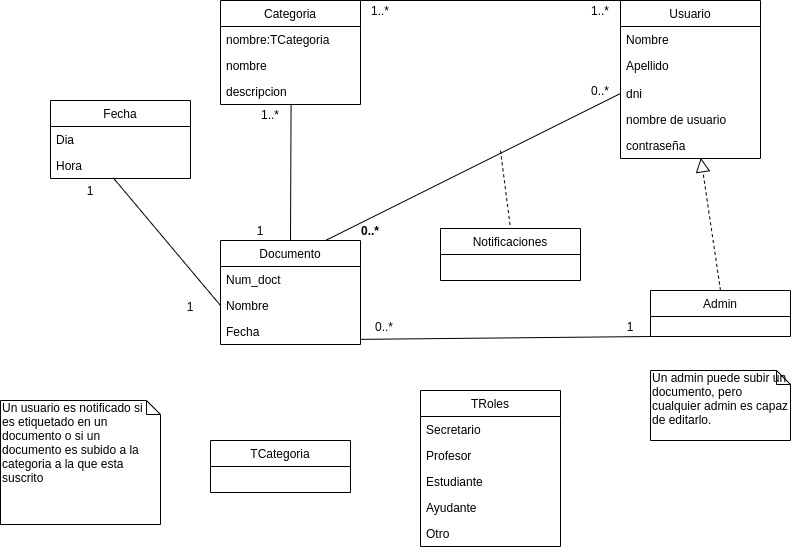
Before: Diagrama_clases.png, a diagram exported from draw.io (se-unrc/notifications). Source tidied: cells renumbered, new cells last; positions are measured from the earlier drawing's top-left corner, leaving out a move shared by most shapes. Source of this version:
```xml
<mxGraphModel>
  <root>
    <mxCell id="0" />
    <mxCell id="1" parent="0" />
    <mxCell id="2" value="Documento" style="swimlane;fontStyle=0;horizontal=1;startSize=26;fillColor=none;" parent="1" vertex="1">
      <mxGeometry x="220" y="240" width="140" height="104" as="geometry" />
    </mxCell>
    <mxCell id="3" value="Num_doct" style="text;strokeColor=none;fillColor=none;align=left;verticalAlign=top;spacingLeft=4;spacingRight=4;overflow=hidden;" parent="2" vertex="1">
      <mxGeometry y="26" width="140" height="26" as="geometry" />
    </mxCell>
    <mxCell id="4" value="Nombre" style="text;strokeColor=none;fillColor=none;align=left;verticalAlign=top;spacingLeft=4;spacingRight=4;overflow=hidden;points=[[0,0.5],[1,0.5]];portConstraint=eastwest;" parent="2" vertex="1">
      <mxGeometry y="52" width="140" height="26" as="geometry" />
    </mxCell>
    <mxCell id="5" value="Fecha" style="text;strokeColor=none;fillColor=none;align=left;verticalAlign=top;spacingLeft=4;spacingRight=4;overflow=hidden;points=[[0,0.5],[1,0.5]];portConstraint=eastwest;" parent="2" vertex="1">
      <mxGeometry y="78" width="140" height="26" as="geometry" />
    </mxCell>
    <mxCell id="6" value="Categoria" style="swimlane;fontStyle=0;horizontal=1;startSize=26;fillColor=none;" parent="1" vertex="1">
      <mxGeometry x="220" width="140" height="104" as="geometry" />
    </mxCell>
    <mxCell id="7" value="nombre:TCategoria" style="text;strokeColor=none;fillColor=none;align=left;verticalAlign=top;spacingLeft=4;spacingRight=4;overflow=hidden;" parent="6" vertex="1">
      <mxGeometry y="26" width="140" height="26" as="geometry" />
    </mxCell>
    <mxCell id="8" value="nombre" style="text;strokeColor=none;fillColor=none;align=left;verticalAlign=top;spacingLeft=4;spacingRight=4;overflow=hidden;" parent="6" vertex="1">
      <mxGeometry y="52" width="140" height="26" as="geometry" />
    </mxCell>
    <mxCell id="9" value="descripcion" style="text;strokeColor=none;fillColor=none;align=left;verticalAlign=top;spacingLeft=4;spacingRight=4;overflow=hidden;" parent="6" vertex="1">
      <mxGeometry y="78" width="140" height="26" as="geometry" />
    </mxCell>
    <mxCell id="10" value="TCategoria" style="swimlane;fontStyle=0;horizontal=1;startSize=26;fillColor=none;" parent="1" vertex="1">
      <mxGeometry x="210" y="440" width="140" height="52" as="geometry" />
    </mxCell>
    <mxCell id="11" style="endArrow=none;html=1;exitX=0.5;exitY=0;exitDx=0;exitDy=0;entryX=0.504;entryY=1.039;entryDx=0;entryDy=0;entryPerimeter=0;" parent="1" edge="1" source="2">
      <mxGeometry relative="1" as="geometry">
        <mxPoint x="290.6" y="105" as="targetPoint" />
      </mxGeometry>
    </mxCell>
    <mxCell id="12" style="endArrow=none;html=1;entryX=0;entryY=0;entryDx=0;entryDy=0;exitX=1;exitY=0;exitDx=0;exitDy=0;" parent="1" edge="1" source="6" target="13">
      <mxGeometry relative="1" as="geometry" />
    </mxCell>
    <mxCell id="13" value="Usuario" style="swimlane;fontStyle=0;horizontal=1;startSize=26;fillColor=none;" parent="1" vertex="1">
      <mxGeometry x="620" width="140" height="158" as="geometry" />
    </mxCell>
    <mxCell id="14" value="Nombre" style="text;strokeColor=none;fillColor=none;align=left;verticalAlign=top;spacingLeft=4;spacingRight=4;overflow=hidden;" parent="13" vertex="1">
      <mxGeometry y="26" width="140" height="26" as="geometry" />
    </mxCell>
    <mxCell id="15" value="Apellido" style="text;strokeColor=none;fillColor=none;align=left;verticalAlign=top;spacingLeft=4;spacingRight=4;overflow=hidden;" parent="13" vertex="1">
      <mxGeometry y="52" width="140" height="28" as="geometry" />
    </mxCell>
    <mxCell id="16" value="dni" style="text;strokeColor=none;fillColor=none;align=left;verticalAlign=top;spacingLeft=4;spacingRight=4;overflow=hidden;points=[[0,0.5],[1,0.5]];portConstraint=eastwest;" parent="13" vertex="1">
      <mxGeometry y="80" width="140" height="26" as="geometry" />
    </mxCell>
    <mxCell id="17" value="nombre de usuario" style="text;strokeColor=none;fillColor=none;align=left;verticalAlign=top;spacingLeft=4;spacingRight=4;overflow=hidden;" parent="13" vertex="1">
      <mxGeometry y="106" width="140" height="26" as="geometry" />
    </mxCell>
    <mxCell id="18" value="contraseña" style="text;strokeColor=none;fillColor=none;align=left;verticalAlign=top;spacingLeft=4;spacingRight=4;overflow=hidden;points=[[0,0.5],[1,0.5]];portConstraint=eastwest;" parent="13" vertex="1">
      <mxGeometry y="132" width="140" height="26" as="geometry" />
    </mxCell>
    <mxCell id="19" style="endArrow=none;html=1;entryX=1.003;entryY=0.802;entryDx=0;entryDy=0;entryPerimeter=0;exitX=0;exitY=1;exitDx=0;exitDy=0;" parent="1" edge="1" source="42" target="5">
      <mxGeometry relative="1" as="geometry" />
    </mxCell>
    <mxCell id="20" style="endArrow=none;html=1;entryX=0;entryY=0.5;entryDx=0;entryDy=0;exitX=0.75;exitY=0;exitDx=0;exitDy=0;" parent="1" edge="1" source="2" target="16">
      <mxGeometry relative="1" as="geometry" />
    </mxCell>
    <mxCell id="21" value="TRoles" style="swimlane;fontStyle=0;horizontal=1;startSize=26;fillColor=none;" parent="1" vertex="1">
      <mxGeometry x="420" y="390" width="140" height="156" as="geometry" />
    </mxCell>
    <mxCell id="22" value="Secretario&#10;" style="text;strokeColor=none;fillColor=none;align=left;verticalAlign=top;spacingLeft=4;spacingRight=4;overflow=hidden;" parent="21" vertex="1">
      <mxGeometry y="26" width="140" height="26" as="geometry" />
    </mxCell>
    <mxCell id="23" value="Profesor" style="text;strokeColor=none;fillColor=none;align=left;verticalAlign=top;spacingLeft=4;spacingRight=4;overflow=hidden;" parent="21" vertex="1">
      <mxGeometry y="52" width="140" height="26" as="geometry" />
    </mxCell>
    <mxCell id="24" value="Estudiante" style="text;strokeColor=none;fillColor=none;align=left;verticalAlign=top;spacingLeft=4;spacingRight=4;overflow=hidden;" parent="21" vertex="1">
      <mxGeometry y="78" width="140" height="26" as="geometry" />
    </mxCell>
    <mxCell id="25" value="Ayudante" style="text;strokeColor=none;fillColor=none;align=left;verticalAlign=top;spacingLeft=4;spacingRight=4;overflow=hidden;" parent="21" vertex="1">
      <mxGeometry y="104" width="140" height="26" as="geometry" />
    </mxCell>
    <mxCell id="26" value="Otro" style="text;strokeColor=none;fillColor=none;align=left;verticalAlign=top;spacingLeft=4;spacingRight=4;overflow=hidden;" parent="21" vertex="1">
      <mxGeometry y="130" width="140" height="26" as="geometry" />
    </mxCell>
    <mxCell id="27" value="Notificaciones" style="swimlane;fontStyle=0;horizontal=1;startSize=26;fillColor=none;" parent="1" vertex="1">
      <mxGeometry x="440" y="228" width="140" height="52" as="geometry" />
    </mxCell>
    <mxCell id="28" style="endArrow=block;dashed=1;endFill=0;endSize=12;html=1;entryX=0.574;entryY=0.974;entryDx=0;entryDy=0;entryPerimeter=0;exitX=0.5;exitY=0;exitDx=0;exitDy=0;" parent="1" edge="1" source="42" target="18">
      <mxGeometry relative="1" as="geometry" />
    </mxCell>
    <mxCell id="29" style="endArrow=none;dashed=1;html=1;entryX=0.5;entryY=0;entryDx=0;entryDy=0;" parent="1" edge="1" target="27">
      <mxGeometry relative="1" as="geometry">
        <mxPoint x="500" y="150" as="sourcePoint" />
      </mxGeometry>
    </mxCell>
    <mxCell id="30" value="Fecha" style="swimlane;fontStyle=0;horizontal=1;startSize=26;fillColor=none;" parent="1" vertex="1">
      <mxGeometry x="50" y="100" width="140" height="78" as="geometry" />
    </mxCell>
    <mxCell id="31" value="Dia" style="text;strokeColor=none;fillColor=none;align=left;verticalAlign=top;spacingLeft=4;spacingRight=4;overflow=hidden;" parent="30" vertex="1">
      <mxGeometry y="26" width="140" height="26" as="geometry" />
    </mxCell>
    <mxCell id="32" value="Hora" style="text;strokeColor=none;fillColor=none;align=left;verticalAlign=top;spacingLeft=4;spacingRight=4;overflow=hidden;points=[[0,0.5],[1,0.5]];portConstraint=eastwest;" parent="30" vertex="1">
      <mxGeometry y="52" width="140" height="26" as="geometry" />
    </mxCell>
    <mxCell id="33" style="endArrow=none;html=1;entryX=0.448;entryY=0.974;entryDx=0;entryDy=0;entryPerimeter=0;exitX=0;exitY=0.5;exitDx=0;exitDy=0;" parent="1" edge="1" source="4" target="32">
      <mxGeometry relative="1" as="geometry" />
    </mxCell>
    <mxCell id="34" value="1" style="text;html=1;strokeColor=none;fillColor=none;align=center;verticalAlign=middle;whiteSpace=wrap;rounded=0;" parent="1" vertex="1">
      <mxGeometry x="170" y="296" width="40" height="20" as="geometry" />
    </mxCell>
    <mxCell id="35" value="1" style="text;html=1;strokeColor=none;fillColor=none;align=center;verticalAlign=middle;whiteSpace=wrap;rounded=0;" parent="1" vertex="1">
      <mxGeometry x="70" y="180" width="40" height="20" as="geometry" />
    </mxCell>
    <mxCell id="36" value="1" style="text;html=1;strokeColor=none;fillColor=none;align=center;verticalAlign=middle;whiteSpace=wrap;rounded=0;" parent="1" vertex="1">
      <mxGeometry x="240" y="220" width="40" height="20" as="geometry" />
    </mxCell>
    <mxCell id="37" value="1..*" style="text;html=1;strokeColor=none;fillColor=none;align=center;verticalAlign=middle;whiteSpace=wrap;rounded=0;" parent="1" vertex="1">
      <mxGeometry x="250" y="104" width="40" height="20" as="geometry" />
    </mxCell>
    <mxCell id="38" value="0..*" style="text;html=1;strokeColor=none;fillColor=none;align=center;verticalAlign=middle;whiteSpace=wrap;rounded=0;fontStyle=1;" parent="1" vertex="1">
      <mxGeometry x="350" y="220" width="40" height="20" as="geometry" />
    </mxCell>
    <mxCell id="39" value="0..*" style="text;html=1;strokeColor=none;fillColor=none;align=center;verticalAlign=middle;whiteSpace=wrap;rounded=0;" parent="1" vertex="1">
      <mxGeometry x="580" y="80" width="40" height="20" as="geometry" />
    </mxCell>
    <mxCell id="40" value="1" style="text;html=1;strokeColor=none;fillColor=none;align=center;verticalAlign=middle;whiteSpace=wrap;rounded=0;" parent="1" vertex="1">
      <mxGeometry x="610" y="316" width="40" height="20" as="geometry" />
    </mxCell>
    <mxCell id="41" value="0..*" style="text;html=1;strokeColor=none;fillColor=none;align=center;verticalAlign=middle;whiteSpace=wrap;rounded=0;" parent="1" vertex="1">
      <mxGeometry x="364" y="316" width="40" height="20" as="geometry" />
    </mxCell>
    <mxCell id="42" value="Admin" style="swimlane;fontStyle=0;horizontal=1;startSize=26;fillColor=none;" parent="1" vertex="1">
      <mxGeometry x="650" y="290" width="140" height="46" as="geometry" />
    </mxCell>
    <mxCell id="43" value="1..*" style="text;html=1;strokeColor=none;fillColor=none;align=center;verticalAlign=middle;whiteSpace=wrap;rounded=0;" parent="1" vertex="1">
      <mxGeometry x="360" width="40" height="20" as="geometry" />
    </mxCell>
    <mxCell id="44" value="1..*" style="text;html=1;strokeColor=none;fillColor=none;align=center;verticalAlign=middle;whiteSpace=wrap;rounded=0;" parent="1" vertex="1">
      <mxGeometry x="580" width="40" height="20" as="geometry" />
    </mxCell>
    <mxCell id="45" value="Un usuario es notificado si&amp;nbsp; es etiquetado en un documento o si un documento es subido a la categoria a la que esta suscrito" style="shape=note;whiteSpace=wrap;html=1;size=14;verticalAlign=top;align=left;spacingTop=-6;" parent="1" vertex="1">
      <mxGeometry y="400" width="160" height="124" as="geometry" />
    </mxCell>
    <mxCell id="46" value="Un admin puede subir un documento, pero cualquier admin es capaz de editarlo." style="shape=note;whiteSpace=wrap;html=1;size=14;verticalAlign=top;align=left;spacingTop=-6;" parent="1" vertex="1">
      <mxGeometry x="650" y="370" width="140" height="70" as="geometry" />
    </mxCell>
  </root>
</mxGraphModel>
```
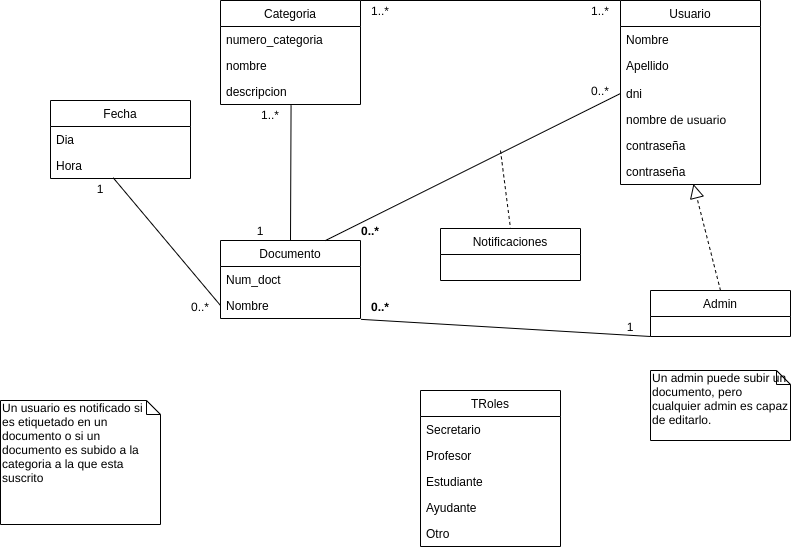
Later version of the same file.

Commit message:
Actualizacion del  Srs

Change to the diagram source:
```diff
@@ -3,7 +3,7 @@
     <mxCell id="0" />
     <mxCell id="1" parent="0" />
     <mxCell id="2" value="Documento" style="swimlane;fontStyle=0;horizontal=1;startSize=26;fillColor=none;" parent="1" vertex="1">
-      <mxGeometry x="220" y="240" width="140" height="104" as="geometry" />
+      <mxGeometry x="220" y="240" width="140" height="78" as="geometry" />
     </mxCell>
     <mxCell id="3" value="Num_doct" style="text;strokeColor=none;fillColor=none;align=left;verticalAlign=top;spacingLeft=4;spacingRight=4;overflow=hidden;" parent="2" vertex="1">
       <mxGeometry y="26" width="140" height="26" as="geometry" />
@@ -11,24 +11,18 @@
     <mxCell id="4" value="Nombre" style="text;strokeColor=none;fillColor=none;align=left;verticalAlign=top;spacingLeft=4;spacingRight=4;overflow=hidden;points=[[0,0.5],[1,0.5]];portConstraint=eastwest;" parent="2" vertex="1">
       <mxGeometry y="52" width="140" height="26" as="geometry" />
     </mxCell>
-    <mxCell id="5" value="Fecha" style="text;strokeColor=none;fillColor=none;align=left;verticalAlign=top;spacingLeft=4;spacingRight=4;overflow=hidden;points=[[0,0.5],[1,0.5]];portConstraint=eastwest;" parent="2" vertex="1">
-      <mxGeometry y="78" width="140" height="26" as="geometry" />
-    </mxCell>
     <mxCell id="6" value="Categoria" style="swimlane;fontStyle=0;horizontal=1;startSize=26;fillColor=none;" parent="1" vertex="1">
       <mxGeometry x="220" width="140" height="104" as="geometry" />
     </mxCell>
+    <mxCell id="8" value="numero_categoria" style="text;strokeColor=none;fillColor=none;align=left;verticalAlign=top;spacingLeft=4;spacingRight=4;overflow=hidden;" parent="6" vertex="1">
+      <mxGeometry y="26" width="140" height="26" as="geometry" />
+    </mxCell>
-    <mxCell id="7" value="nombre:TCategoria" style="text;strokeColor=none;fillColor=none;align=left;verticalAlign=top;spacingLeft=4;spacingRight=4;overflow=hidden;" parent="6" vertex="1">
-      <mxGeometry y="26" width="140" height="26" as="geometry" />
+    <mxCell id="7" value="nombre" style="text;strokeColor=none;fillColor=none;align=left;verticalAlign=top;spacingLeft=4;spacingRight=4;overflow=hidden;" parent="6" vertex="1">
+      <mxGeometry y="52" width="140" height="26" as="geometry" />
     </mxCell>
-    <mxCell id="8" value="nombre" style="text;strokeColor=none;fillColor=none;align=left;verticalAlign=top;spacingLeft=4;spacingRight=4;overflow=hidden;" parent="6" vertex="1">
-      <mxGeometry y="52" width="140" height="26" as="geometry" />
-    </mxCell>
     <mxCell id="9" value="descripcion" style="text;strokeColor=none;fillColor=none;align=left;verticalAlign=top;spacingLeft=4;spacingRight=4;overflow=hidden;" parent="6" vertex="1">
       <mxGeometry y="78" width="140" height="26" as="geometry" />
     </mxCell>
-    <mxCell id="10" value="TCategoria" style="swimlane;fontStyle=0;horizontal=1;startSize=26;fillColor=none;" parent="1" vertex="1">
-      <mxGeometry x="210" y="440" width="140" height="52" as="geometry" />
-    </mxCell>
     <mxCell id="11" style="endArrow=none;html=1;exitX=0.5;exitY=0;exitDx=0;exitDy=0;entryX=0.504;entryY=1.039;entryDx=0;entryDy=0;entryPerimeter=0;" parent="1" edge="1" source="2">
       <mxGeometry relative="1" as="geometry">
         <mxPoint x="290.6" y="105" as="targetPoint" />
@@ -38,7 +32,7 @@
       <mxGeometry relative="1" as="geometry" />
     </mxCell>
     <mxCell id="13" value="Usuario" style="swimlane;fontStyle=0;horizontal=1;startSize=26;fillColor=none;" parent="1" vertex="1">
-      <mxGeometry x="620" width="140" height="158" as="geometry" />
+      <mxGeometry x="620" width="140" height="184" as="geometry" />
     </mxCell>
     <mxCell id="14" value="Nombre" style="text;strokeColor=none;fillColor=none;align=left;verticalAlign=top;spacingLeft=4;spacingRight=4;overflow=hidden;" parent="13" vertex="1">
       <mxGeometry y="26" width="140" height="26" as="geometry" />
@@ -55,7 +49,10 @@
     <mxCell id="18" value="contraseña" style="text;strokeColor=none;fillColor=none;align=left;verticalAlign=top;spacingLeft=4;spacingRight=4;overflow=hidden;points=[[0,0.5],[1,0.5]];portConstraint=eastwest;" parent="13" vertex="1">
       <mxGeometry y="132" width="140" height="26" as="geometry" />
     </mxCell>
+    <mxCell id="47" value="contraseña" style="text;strokeColor=none;fillColor=none;align=left;verticalAlign=top;spacingLeft=4;spacingRight=4;overflow=hidden;points=[[0,0.5],[1,0.5]];portConstraint=eastwest;" parent="13" vertex="1">
+      <mxGeometry y="158" width="140" height="26" as="geometry" />
+    </mxCell>
-    <mxCell id="19" style="endArrow=none;html=1;entryX=1.003;entryY=0.802;entryDx=0;entryDy=0;entryPerimeter=0;exitX=0;exitY=1;exitDx=0;exitDy=0;" parent="1" edge="1" source="42" target="5">
+    <mxCell id="19" style="endArrow=none;html=1;entryX=1.004;entryY=1.033;entryDx=0;entryDy=0;entryPerimeter=0;exitX=0;exitY=1;exitDx=0;exitDy=0;" parent="1" edge="1" source="42" target="4">
       <mxGeometry relative="1" as="geometry" />
     </mxCell>
     <mxCell id="20" style="endArrow=none;html=1;entryX=0;entryY=0.5;entryDx=0;entryDy=0;exitX=0.75;exitY=0;exitDx=0;exitDy=0;" parent="1" edge="1" source="2" target="16">
@@ -82,7 +79,7 @@
     <mxCell id="27" value="Notificaciones" style="swimlane;fontStyle=0;horizontal=1;startSize=26;fillColor=none;" parent="1" vertex="1">
       <mxGeometry x="440" y="228" width="140" height="52" as="geometry" />
     </mxCell>
-    <mxCell id="28" style="endArrow=block;dashed=1;endFill=0;endSize=12;html=1;entryX=0.574;entryY=0.974;entryDx=0;entryDy=0;entryPerimeter=0;exitX=0.5;exitY=0;exitDx=0;exitDy=0;" parent="1" edge="1" source="42" target="18">
+    <mxCell id="28" style="endArrow=block;dashed=1;endFill=0;endSize=12;html=1;entryX=0.521;entryY=0.98;entryDx=0;entryDy=0;entryPerimeter=0;exitX=0.5;exitY=0;exitDx=0;exitDy=0;" parent="1" edge="1" source="42" target="47">
       <mxGeometry relative="1" as="geometry" />
     </mxCell>
     <mxCell id="29" style="endArrow=none;dashed=1;html=1;entryX=0.5;entryY=0;entryDx=0;entryDy=0;" parent="1" edge="1" target="27">
@@ -102,11 +99,11 @@
     <mxCell id="33" style="endArrow=none;html=1;entryX=0.448;entryY=0.974;entryDx=0;entryDy=0;entryPerimeter=0;exitX=0;exitY=0.5;exitDx=0;exitDy=0;" parent="1" edge="1" source="4" target="32">
       <mxGeometry relative="1" as="geometry" />
     </mxCell>
-    <mxCell id="34" value="1" style="text;html=1;strokeColor=none;fillColor=none;align=center;verticalAlign=middle;whiteSpace=wrap;rounded=0;" parent="1" vertex="1">
-      <mxGeometry x="170" y="296" width="40" height="20" as="geometry" />
+    <mxCell id="34" value="0..*" style="text;html=1;strokeColor=none;fillColor=none;align=center;verticalAlign=middle;whiteSpace=wrap;rounded=0;" parent="1" vertex="1">
+      <mxGeometry x="180" y="296" width="40" height="20" as="geometry" />
     </mxCell>
     <mxCell id="35" value="1" style="text;html=1;strokeColor=none;fillColor=none;align=center;verticalAlign=middle;whiteSpace=wrap;rounded=0;" parent="1" vertex="1">
-      <mxGeometry x="70" y="180" width="40" height="20" as="geometry" />
+      <mxGeometry x="80" y="178" width="40" height="20" as="geometry" />
     </mxCell>
     <mxCell id="36" value="1" style="text;html=1;strokeColor=none;fillColor=none;align=center;verticalAlign=middle;whiteSpace=wrap;rounded=0;" parent="1" vertex="1">
       <mxGeometry x="240" y="220" width="40" height="20" as="geometry" />
@@ -123,9 +120,6 @@
     <mxCell id="40" value="1" style="text;html=1;strokeColor=none;fillColor=none;align=center;verticalAlign=middle;whiteSpace=wrap;rounded=0;" parent="1" vertex="1">
       <mxGeometry x="610" y="316" width="40" height="20" as="geometry" />
     </mxCell>
-    <mxCell id="41" value="0..*" style="text;html=1;strokeColor=none;fillColor=none;align=center;verticalAlign=middle;whiteSpace=wrap;rounded=0;" parent="1" vertex="1">
-      <mxGeometry x="364" y="316" width="40" height="20" as="geometry" />
-    </mxCell>
     <mxCell id="42" value="Admin" style="swimlane;fontStyle=0;horizontal=1;startSize=26;fillColor=none;" parent="1" vertex="1">
       <mxGeometry x="650" y="290" width="140" height="46" as="geometry" />
     </mxCell>
@@ -141,5 +135,8 @@
     <mxCell id="46" value="Un admin puede subir un documento, pero cualquier admin es capaz de editarlo." style="shape=note;whiteSpace=wrap;html=1;size=14;verticalAlign=top;align=left;spacingTop=-6;" parent="1" vertex="1">
       <mxGeometry x="650" y="370" width="140" height="70" as="geometry" />
     </mxCell>
+    <mxCell id="41" value="0..*" style="text;html=1;strokeColor=none;fillColor=none;align=center;verticalAlign=middle;whiteSpace=wrap;rounded=0;fontStyle=1;" parent="1" vertex="1">
+      <mxGeometry x="360" y="296" width="40" height="20" as="geometry" />
+    </mxCell>
   </root>
 </mxGraphModel>
```
